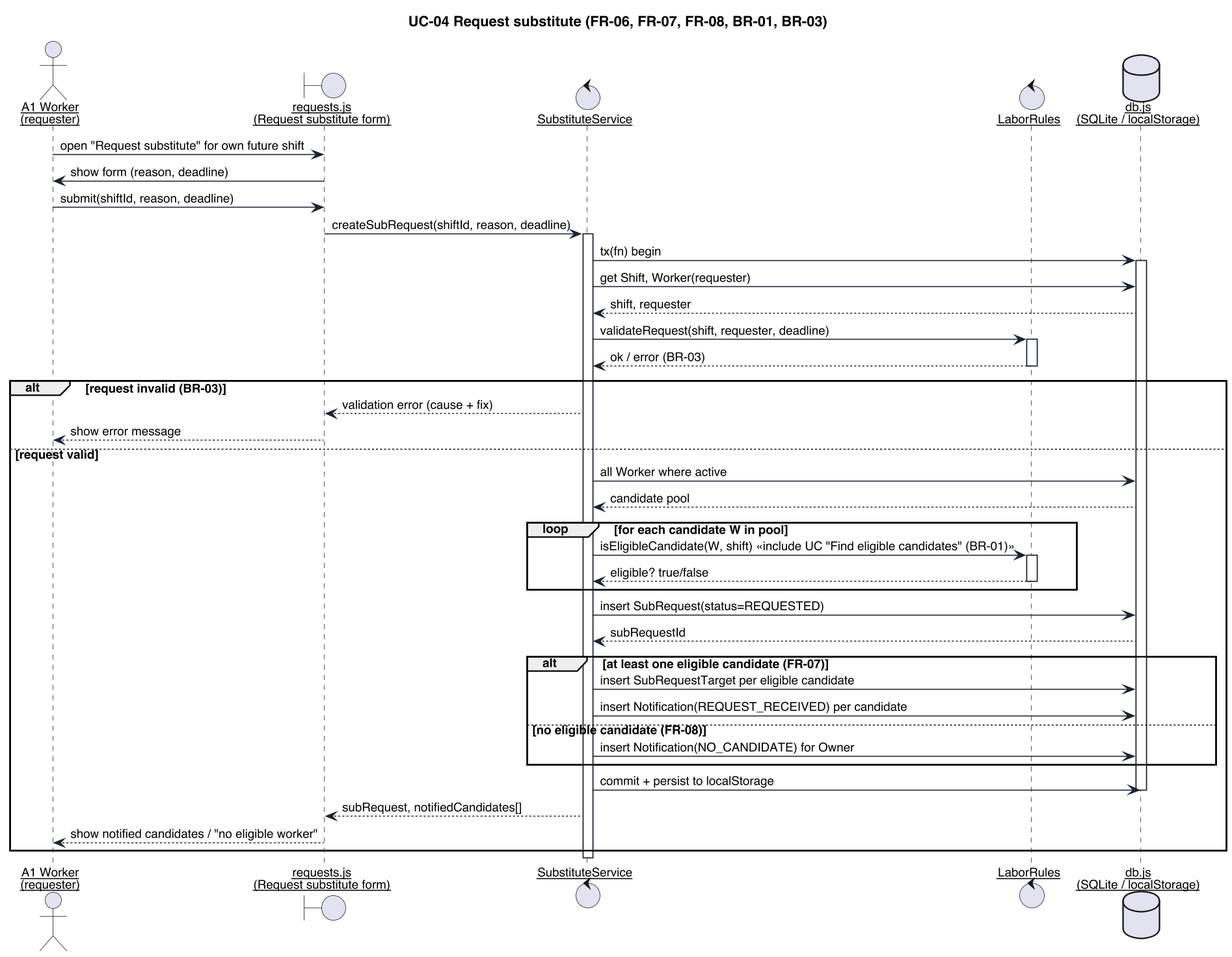
Before: uml/seq-1-request.png, a diagram exported from PlantUML (keemlogan/shiftswap).
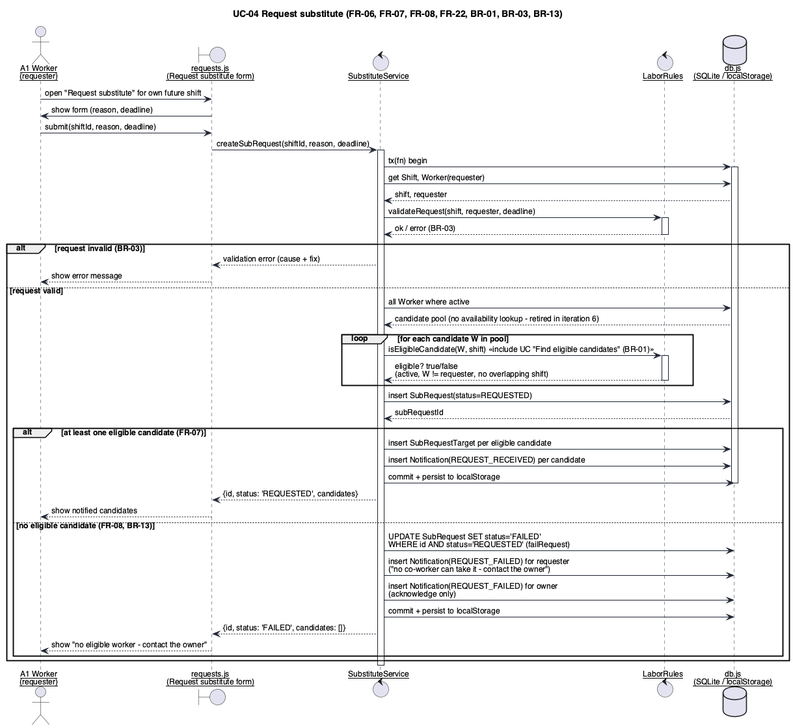
Above is the later version.

Change to the diagram source:
```diff
@@ -1,5 +1,4 @@
 @startuml seq-1-request
-skinparamlocked dpi 150
 skinparam defaultFontName "Helvetica"
 skinparam defaultFontSize 12
 skinparam shadowing false
@@ -16,7 +15,7 @@
   BoxBorderColor #1C2230
 }
 
-title UC-04 Request substitute (FR-06, FR-07, FR-08, BR-01, BR-03)
+title UC-04 Request substitute (FR-06, FR-07, FR-08, FR-22, BR-01, BR-03, BR-13)
 
 actor "A1 Worker\n(requester)" as Worker
 boundary "requests.js\n(Request substitute form)" as UI
@@ -45,12 +44,12 @@
   UI --> Worker : show error message
 else request valid
   Svc -> DB : all Worker where active
-  DB --> Svc : candidate pool
+  DB --> Svc : candidate pool (no availability lookup - retired in iteration 6)
 
   loop for each candidate W in pool
     Svc -> Rules : isEligibleCandidate(W, shift) <<include UC "Find eligible candidates" (BR-01)>>
     activate Rules
-    Rules --> Svc : eligible? true/false
+    Rules --> Svc : eligible? true/false\n(active, W != requester, no overlapping shift)
     deactivate Rules
   end
 
@@ -60,14 +59,19 @@
   alt at least one eligible candidate (FR-07)
     Svc -> DB : insert SubRequestTarget per eligible candidate
     Svc -> DB : insert Notification(REQUEST_RECEIVED) per candidate
-  else no eligible candidate (FR-08)
-    Svc -> DB : insert Notification(NO_CANDIDATE) for Owner
+    Svc -> DB : commit + persist to localStorage
+    deactivate DB
+    Svc --> UI : {id, status: 'REQUESTED', candidates}
+    UI --> Worker : show notified candidates
+  else no eligible candidate (FR-08, BR-13)
+    Svc -> DB : UPDATE SubRequest SET status='FAILED'\nWHERE id AND status='REQUESTED' (failRequest)
+    Svc -> DB : insert Notification(REQUEST_FAILED) for requester\n("no co-worker can take it - contact the owner")
+    Svc -> DB : insert Notification(REQUEST_FAILED) for owner\n(acknowledge only)
+    Svc -> DB : commit + persist to localStorage
+    deactivate DB
+    Svc --> UI : {id, status: 'FAILED', candidates: []}
+    UI --> Worker : show "no eligible worker - contact the owner"
   end
-
-  Svc -> DB : commit + persist to localStorage
-  deactivate DB
-  Svc --> UI : subRequest, notifiedCandidates[]
-  UI --> Worker : show notified candidates / "no eligible worker"
 end
 deactivate Svc
 @enduml
```
